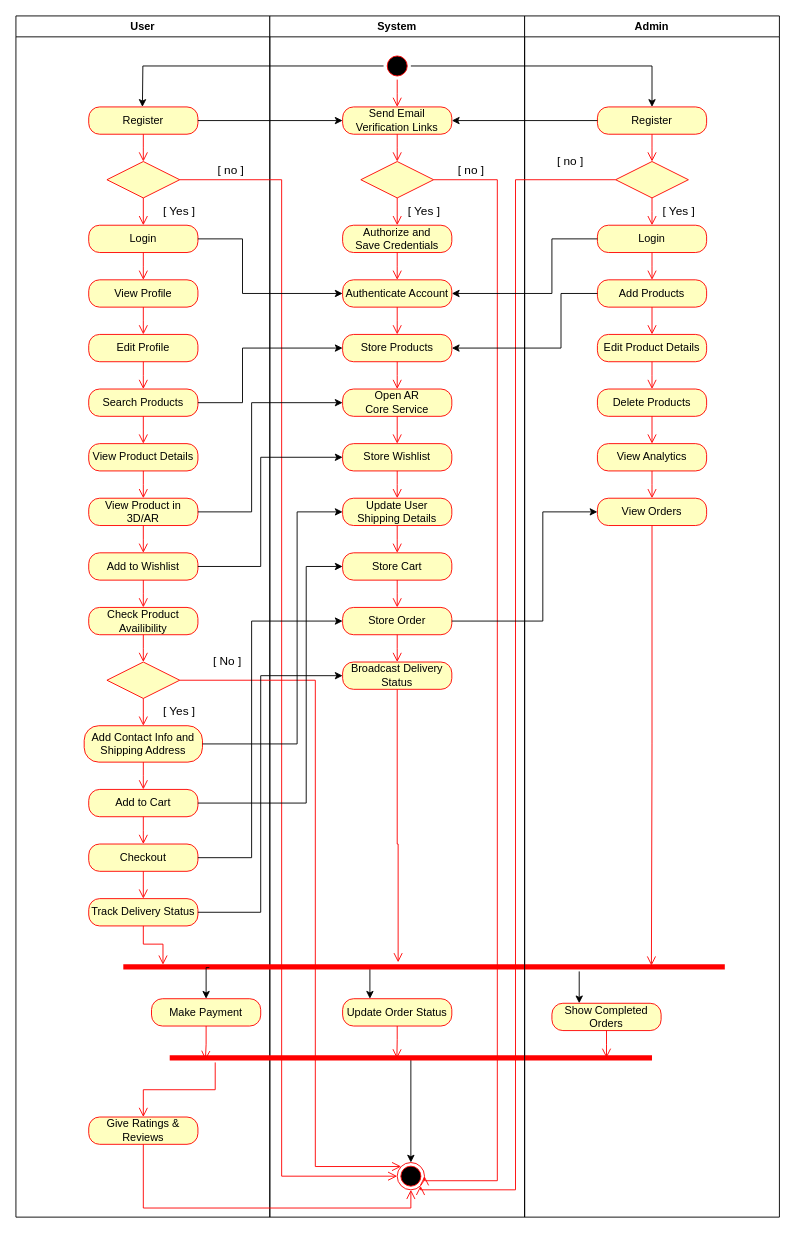
Before: activityDiagram.drawio in v1kasjaiswal/UnrealFurniture, a draw.io diagram. Source tidied: cells renumbered, new cells numbered last; positions are measured from the earlier drawing's top-left corner, leaving out a move shared by most shapes. Both pictures are drawn from the tidied source at 91%, with x=0, y=0 at pixel (15, 15).
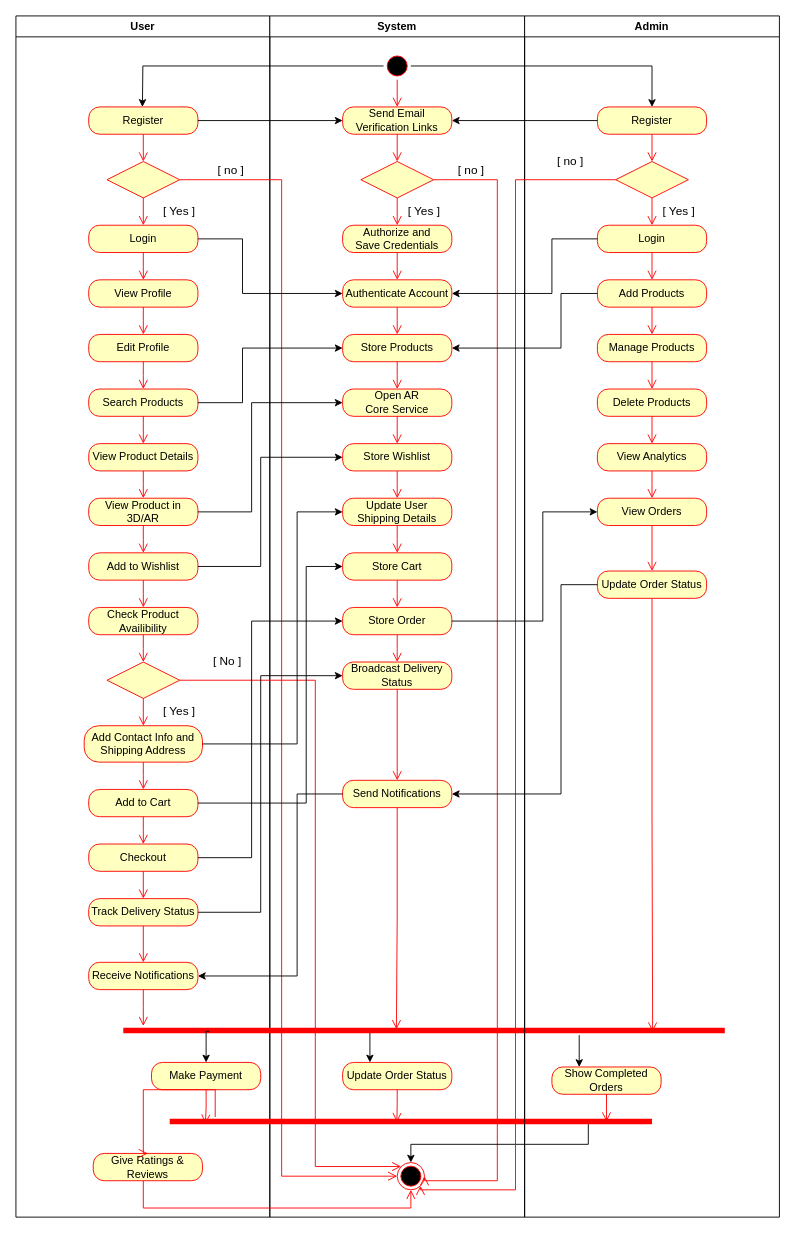
Above is the later version.

The change refers to these unchanged cells:
```xml
<mxCell id="2" value="User" style="swimlane;whiteSpace=wrap;" parent="1" vertex="1">
  <mxGeometry width="279" height="1320" as="geometry" />
</mxCell>
<mxCell id="31" value="Track Delivery Status" style="rounded=1;whiteSpace=wrap;html=1;arcSize=40;fontColor=#000000;fillColor=#ffffc0;strokeColor=#ff0000;" parent="2" vertex="1">
  <mxGeometry x="80" y="970" width="120" height="30" as="geometry" />
</mxCell>
<mxCell id="34" value="System" style="swimlane;whiteSpace=wrap;" parent="1" vertex="1">
  <mxGeometry x="279" width="280" height="1320" as="geometry" />
</mxCell>
<mxCell id="37" style="ellipse;html=1;shape=endState;fillColor=#000000;strokeColor=#ff0000;" parent="34" vertex="1">
  <mxGeometry x="140" y="1260" width="30" height="30" as="geometry" />
</mxCell>
<mxCell id="59" value="Broadcast Delivery Status" style="rounded=1;whiteSpace=wrap;html=1;arcSize=40;fontColor=#000000;fillColor=#ffffc0;strokeColor=#ff0000;" parent="34" vertex="1">
  <mxGeometry x="80" y="710" width="120" height="30" as="geometry" />
</mxCell>
<mxCell id="69" value="Admin" style="swimlane;whiteSpace=wrap;startSize=23;" parent="1" vertex="1">
  <mxGeometry x="559" width="280" height="1320" as="geometry" />
</mxCell>
<mxCell id="84" value="View Orders" style="rounded=1;whiteSpace=wrap;html=1;arcSize=40;fontColor=#000000;fillColor=#ffffc0;strokeColor=#ff0000;" parent="69" vertex="1">
  <mxGeometry x="80" y="530" width="120" height="30" as="geometry" />
</mxCell>
```

Diff of the diagram source:
```diff
@@
     <mxCell id="32" value="Give Ratings &amp;amp; Reviews" style="rounded=1;whiteSpace=wrap;html=1;arcSize=40;fontColor=#000000;fillColor=#ffffc0;strokeColor=#ff0000;" parent="2" vertex="1">
-      <mxGeometry x="80" y="1210" width="120" height="30" as="geometry" />
+      <mxGeometry x="85" y="1250" width="120" height="30" as="geometry" />
     </mxCell>
-    <mxCell id="33" value="Make Payment" style="rounded=1;whiteSpace=wrap;html=1;arcSize=40;fontColor=#000000;fillColor=#ffffc0;strokeColor=#ff0000;" parent="2" vertex="1">
-      <mxGeometry x="149" y="1080" width="120" height="30" as="geometry" />
-    </mxCell>
+    <mxCell id="110" value="Receive Notifications" style="rounded=1;whiteSpace=wrap;html=1;arcSize=40;fontColor=#000000;fillColor=#ffffc0;strokeColor=#ff0000;" parent="2" vertex="1">
+      <mxGeometry x="80" y="1040" width="120" height="30" as="geometry" />
+    </mxCell>
+    <mxCell id="111" style="edgeStyle=orthogonalEdgeStyle;html=1;verticalAlign=bottom;endArrow=open;endSize=8;strokeColor=#ff0000;rounded=0;" parent="2" edge="1" source="110">
+      <mxGeometry relative="1" as="geometry">
+        <mxPoint x="140" y="1110" as="targetPoint" />
+      </mxGeometry>
+    </mxCell>
@@
+    <mxCell id="64" style="edgeStyle=orthogonalEdgeStyle;rounded=0;jettySize=auto;html=1;exitX=0.75;exitY=0.5;exitDx=0;exitDy=0;exitPerimeter=0;entryX=0.5;entryY=0;entryDx=0;entryDy=0;" parent="34" edge="1" source="65" target="37">
+      <mxGeometry relative="1" as="geometry">
+        <Array as="points">
+          <mxPoint x="350" y="1215" />
+          <mxPoint x="350" y="1240" />
+          <mxPoint x="155" y="1240" />
+        </Array>
+      </mxGeometry>
+    </mxCell>
+    <mxCell id="33" value="Make Payment" style="rounded=1;whiteSpace=wrap;html=1;arcSize=40;fontColor=#000000;fillColor=#ffffc0;strokeColor=#ff0000;" parent="34" vertex="1">
+      <mxGeometry x="-130" y="1150" width="120" height="30" as="geometry" />
+    </mxCell>
     <mxCell id="60" style="edgeStyle=orthogonalEdgeStyle;rounded=0;jettySize=auto;html=1;exitX=0.75;exitY=0.5;exitDx=0;exitDy=0;exitPerimeter=0;entryX=0.25;entryY=0;entryDx=0;entryDy=0;" parent="34" edge="1" source="61" target="62">
       <mxGeometry relative="1" as="geometry">
         <Array as="points">
-          <mxPoint x="110" y="1045" />
+          <mxPoint x="110" y="1115" />
         </Array>
       </mxGeometry>
     </mxCell>
     <mxCell id="61" style="shape=line;html=1;strokeWidth=6;strokeColor=#ff0000;" parent="34" vertex="1">
-      <mxGeometry x="-161" y="1040" width="661" height="10" as="geometry" />
+      <mxGeometry x="-161" y="1110" width="661" height="10" as="geometry" />
     </mxCell>
     <mxCell id="62" value="Update Order Status" style="rounded=1;whiteSpace=wrap;html=1;arcSize=40;fontColor=#000000;fillColor=#ffffc0;strokeColor=#ff0000;" parent="34" vertex="1">
-      <mxGeometry x="80" y="1080" width="120" height="30" as="geometry" />
+      <mxGeometry x="80" y="1150" width="120" height="30" as="geometry" />
     </mxCell>
@@
-    <mxCell id="64" style="edgeStyle=orthogonalEdgeStyle;rounded=0;jettySize=auto;html=1;exitX=0.75;exitY=0.5;exitDx=0;exitDy=0;exitPerimeter=0;entryX=0.5;entryY=0;entryDx=0;entryDy=0;" parent="34" edge="1" source="65" target="37">
-      <mxGeometry relative="1" as="geometry">
-        <Array as="points">
-          <mxPoint x="155" y="1145" />
-        </Array>
-      </mxGeometry>
-    </mxCell>
     <mxCell id="65" style="shape=line;html=1;strokeWidth=6;strokeColor=#ff0000;" parent="34" vertex="1">
-      <mxGeometry x="-110" y="1140" width="530" height="10" as="geometry" />
+      <mxGeometry x="-110" y="1210" width="530" height="10" as="geometry" />
     </mxCell>
+    <mxCell id="85" style="edgeStyle=orthogonalEdgeStyle;rounded=0;jettySize=auto;html=1;entryX=0.25;entryY=0;entryDx=0;entryDy=0;" parent="34" edge="1" target="86">
+      <mxGeometry relative="1" as="geometry">
+        <mxPoint x="340" y="1120" as="sourcePoint" />
+        <Array as="points">
+          <mxPoint x="340" y="1120" />
+        </Array>
+      </mxGeometry>
+    </mxCell>
+    <mxCell id="86" value="Show Completed Orders" style="rounded=1;whiteSpace=wrap;html=1;arcSize=40;fontColor=#000000;fillColor=#ffffc0;strokeColor=#ff0000;" parent="34" vertex="1">
+      <mxGeometry x="310" y="1155" width="120" height="30" as="geometry" />
+    </mxCell>
+    <mxCell id="87" style="edgeStyle=orthogonalEdgeStyle;html=1;verticalAlign=bottom;endArrow=open;endSize=8;strokeColor=#ff0000;rounded=0;" parent="34" edge="1" source="86">
+      <mxGeometry relative="1" as="geometry">
+        <mxPoint x="370" y="1215" as="targetPoint" />
+      </mxGeometry>
+    </mxCell>
+    <mxCell id="105" style="edgeStyle=orthogonalEdgeStyle;rounded=0;jettySize=auto;html=1;exitX=0.143;exitY=0.584;exitDx=0;exitDy=0;exitPerimeter=0;entryX=0.5;entryY=0;entryDx=0;entryDy=0;" parent="34" edge="1" source="61" target="33">
+      <mxGeometry relative="1" as="geometry">
+        <Array as="points">
+          <mxPoint x="-70" y="1116" />
+        </Array>
+      </mxGeometry>
+    </mxCell>
+    <mxCell id="109" style="edgeStyle=orthogonalEdgeStyle;html=1;verticalAlign=bottom;endArrow=open;endSize=8;strokeColor=#ff0000;rounded=0;entryX=0.074;entryY=0.737;entryDx=0;entryDy=0;entryPerimeter=0;" parent="34" edge="1" source="33" target="65">
+      <mxGeometry relative="1" as="geometry">
+        <Array as="points">
+          <mxPoint x="-70" y="1200" />
+          <mxPoint x="-71" y="1200" />
+        </Array>
+      </mxGeometry>
+    </mxCell>
+    <mxCell id="112" value="Send Notifications" style="rounded=1;whiteSpace=wrap;html=1;arcSize=40;fontColor=#000000;fillColor=#ffffc0;strokeColor=#ff0000;" parent="34" vertex="1">
+      <mxGeometry x="80" y="840" width="120" height="30" as="geometry" />
+    </mxCell>
+    <mxCell id="113" style="edgeStyle=orthogonalEdgeStyle;html=1;verticalAlign=bottom;endArrow=open;endSize=8;strokeColor=#ff0000;rounded=0;entryX=0.454;entryY=0.349;entryDx=0;entryDy=0;entryPerimeter=0;" parent="34" edge="1" source="112" target="61">
+      <mxGeometry relative="1" as="geometry" />
+    </mxCell>
@@
-    <mxCell id="78" value="Edit Product Details" style="rounded=1;whiteSpace=wrap;html=1;arcSize=40;fontColor=#000000;fillColor=#ffffc0;strokeColor=#ff0000;" parent="69" vertex="1">
+    <mxCell id="78" value="Manage Products" style="rounded=1;whiteSpace=wrap;html=1;arcSize=40;fontColor=#000000;fillColor=#ffffc0;strokeColor=#ff0000;" parent="69" vertex="1">
       <mxGeometry x="80" y="350" width="120" height="30" as="geometry" />
     </mxCell>
@@
-    <mxCell id="85" style="edgeStyle=orthogonalEdgeStyle;rounded=0;jettySize=auto;html=1;entryX=0.25;entryY=0;entryDx=0;entryDy=0;" parent="69" edge="1" target="86">
-      <mxGeometry relative="1" as="geometry">
-        <mxPoint x="60" y="1050" as="sourcePoint" />
-        <Array as="points">
-          <mxPoint x="60" y="1050" />
-        </Array>
-      </mxGeometry>
-    </mxCell>
-    <mxCell id="86" value="Show Completed Orders" style="rounded=1;whiteSpace=wrap;html=1;arcSize=40;fontColor=#000000;fillColor=#ffffc0;strokeColor=#ff0000;" parent="69" vertex="1">
-      <mxGeometry x="30" y="1085" width="120" height="30" as="geometry" />
-    </mxCell>
-    <mxCell id="87" style="edgeStyle=orthogonalEdgeStyle;html=1;verticalAlign=bottom;endArrow=open;endSize=8;strokeColor=#ff0000;rounded=0;" parent="69" edge="1" source="86">
-      <mxGeometry relative="1" as="geometry">
-        <mxPoint x="90" y="1145" as="targetPoint" />
-      </mxGeometry>
-    </mxCell>
+    <mxCell id="114" value="Update Order Status" style="rounded=1;whiteSpace=wrap;html=1;arcSize=40;fontColor=#000000;fillColor=#ffffc0;strokeColor=#ff0000;" parent="69" vertex="1">
+      <mxGeometry x="80" y="610" width="120" height="30" as="geometry" />
+    </mxCell>
@@
     <mxCell id="104" style="edgeStyle=orthogonalEdgeStyle;html=1;verticalAlign=bottom;endArrow=open;endSize=8;strokeColor=#ff0000;rounded=0;" parent="1" edge="1" source="59">
       <mxGeometry relative="1" as="geometry">
-        <mxPoint x="420" y="1040" as="targetPoint" />
+        <mxPoint x="419" y="840" as="targetPoint" />
         <Array as="points">
-          <mxPoint x="419" y="910" />
-          <mxPoint x="420" y="910" />
+          <mxPoint x="419" y="830" />
         </Array>
       </mxGeometry>
     </mxCell>
-    <mxCell id="105" style="edgeStyle=orthogonalEdgeStyle;rounded=0;jettySize=auto;html=1;exitX=0.143;exitY=0.584;exitDx=0;exitDy=0;exitPerimeter=0;entryX=0.5;entryY=0;entryDx=0;entryDy=0;" parent="1" edge="1" source="61" target="33">
-      <mxGeometry relative="1" as="geometry">
-        <Array as="points">
-          <mxPoint x="209" y="1046" />
-        </Array>
-      </mxGeometry>
-    </mxCell>
-    <mxCell id="106" style="edgeStyle=orthogonalEdgeStyle;html=1;verticalAlign=bottom;endArrow=open;endSize=8;strokeColor=#ff0000;rounded=0;entryX=0.066;entryY=0.262;entryDx=0;entryDy=0;entryPerimeter=0;" parent="1" edge="1" source="31" target="61">
-      <mxGeometry relative="1" as="geometry" />
+    <mxCell id="106" style="edgeStyle=orthogonalEdgeStyle;html=1;verticalAlign=bottom;endArrow=open;endSize=8;strokeColor=#ff0000;rounded=0;" parent="1" edge="1" source="31">
+      <mxGeometry relative="1" as="geometry">
+        <mxPoint x="140" y="1040" as="targetPoint" />
+      </mxGeometry>
     </mxCell>
@@
-    <mxCell id="108" style="edgeStyle=orthogonalEdgeStyle;html=1;verticalAlign=bottom;endArrow=open;endSize=8;strokeColor=#ff0000;rounded=0;entryX=0.878;entryY=0.365;entryDx=0;entryDy=0;entryPerimeter=0;" parent="1" edge="1" source="84" target="61">
-      <mxGeometry relative="1" as="geometry" />
+    <mxCell id="108" style="edgeStyle=orthogonalEdgeStyle;html=1;verticalAlign=bottom;endArrow=open;endSize=8;strokeColor=#ff0000;rounded=0;" parent="1" edge="1" source="84">
+      <mxGeometry relative="1" as="geometry">
+        <mxPoint x="699" y="610" as="targetPoint" />
+      </mxGeometry>
     </mxCell>
-    <mxCell id="109" style="edgeStyle=orthogonalEdgeStyle;html=1;verticalAlign=bottom;endArrow=open;endSize=8;strokeColor=#ff0000;rounded=0;entryX=0.074;entryY=0.737;entryDx=0;entryDy=0;entryPerimeter=0;" parent="1" edge="1" source="33" target="65">
-      <mxGeometry relative="1" as="geometry">
-        <Array as="points">
-          <mxPoint x="209" y="1130" />
-          <mxPoint x="208" y="1130" />
-        </Array>
-      </mxGeometry>
-    </mxCell>
+    <mxCell id="115" style="edgeStyle=orthogonalEdgeStyle;rounded=0;jettySize=auto;html=1;entryX=1;entryY=0.5;entryDx=0;entryDy=0;" parent="1" edge="1" source="112" target="110">
+      <mxGeometry relative="1" as="geometry">
+        <Array as="points">
+          <mxPoint x="309" y="855" />
+          <mxPoint x="309" y="1055" />
+        </Array>
+      </mxGeometry>
+    </mxCell>
+    <mxCell id="116" style="edgeStyle=orthogonalEdgeStyle;html=1;verticalAlign=bottom;endArrow=open;endSize=8;strokeColor=#ff0000;rounded=0;entryX=0.88;entryY=0.612;entryDx=0;entryDy=0;entryPerimeter=0;" parent="1" edge="1" source="114" target="61">
+      <mxGeometry relative="1" as="geometry" />
+    </mxCell>
+    <mxCell id="117" style="edgeStyle=orthogonalEdgeStyle;rounded=0;jettySize=auto;html=1;entryX=1;entryY=0.5;entryDx=0;entryDy=0;" parent="1" edge="1" source="114" target="112">
+      <mxGeometry relative="1" as="geometry">
+        <Array as="points">
+          <mxPoint x="599" y="625" />
+          <mxPoint x="599" y="855" />
+        </Array>
+      </mxGeometry>
+    </mxCell>
```
